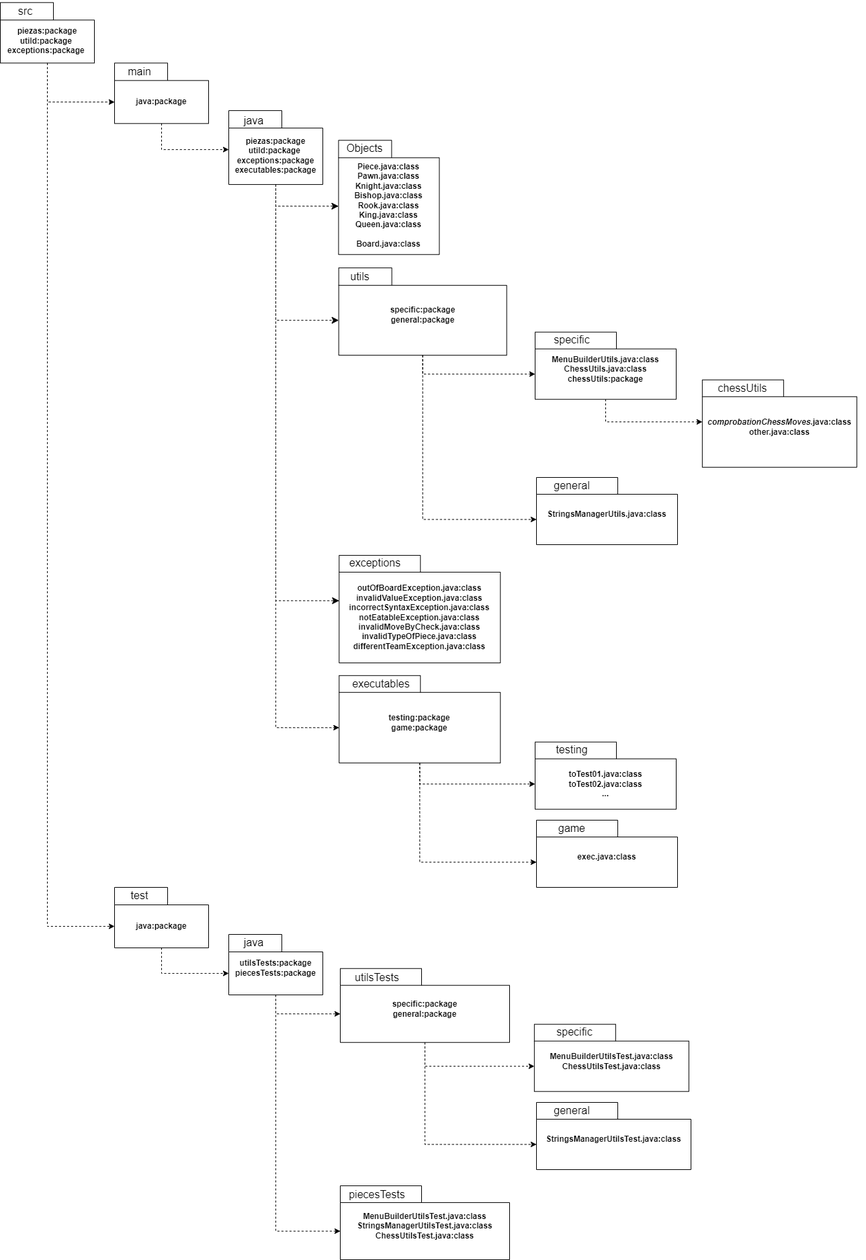
Earlier version of the draw.io export diagrams/filesDiagram.png (MGermanico/Ajedrez). Source tidied: cells renumbered, new cells last; positions are measured from the earlier drawing's top-left corner, leaving out a move shared by most shapes.
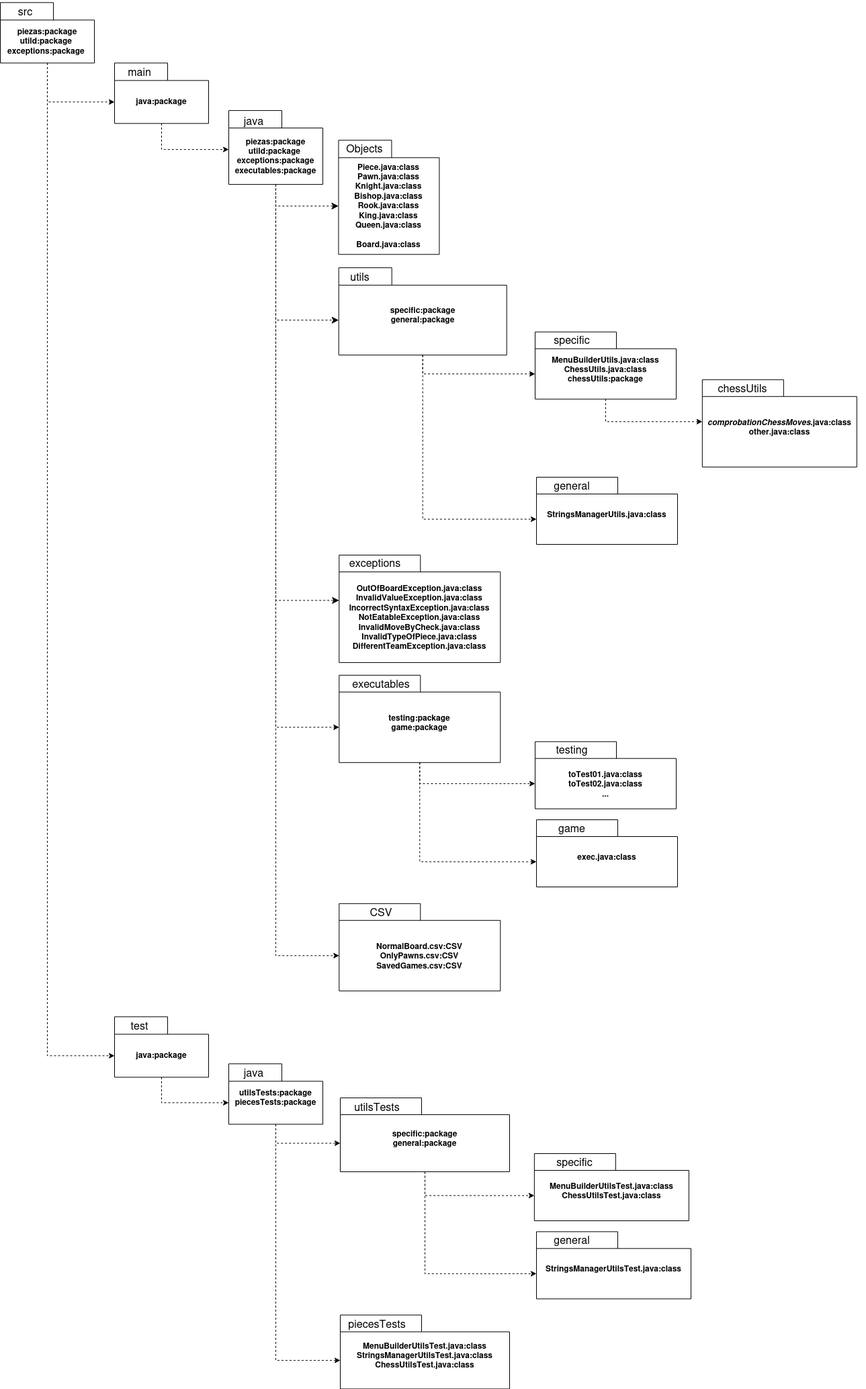
The same diagram one commit later.

Diff of the diagram source:
```diff
@@ -32,7 +32,7 @@
     <mxCell id="11" style="group;" parent="1" vertex="1">
       <mxGeometry x="518" y="820" width="240" height="160" as="geometry" />
     </mxCell>
-    <mxCell id="12" value="&lt;div&gt;&lt;br&gt;&lt;/div&gt;&lt;div&gt;outOfBoardException.java:class&lt;/div&gt;&lt;div&gt;invalidValueException.java:class&lt;/div&gt;&lt;div&gt;incorrectSyntaxException.java:class&lt;/div&gt;&lt;div&gt;notEatableException.java:class&lt;/div&gt;&lt;div&gt;invalidMoveByCheck.java:class&lt;/div&gt;&lt;div&gt;invalidTypeOfPiece.java:class&lt;/div&gt;&lt;div&gt;differentTeamException.java:class&lt;br&gt;&lt;/div&gt;" style="shape=folder;fontStyle=1;spacingTop=10;tabWidth=121;tabHeight=25;tabPosition=left;html=1;whiteSpace=wrap;" parent="11" vertex="1">
+    <mxCell id="12" value="&lt;div&gt;&lt;br&gt;&lt;/div&gt;&lt;div&gt;OutOfBoardException.java:class&lt;/div&gt;&lt;div&gt;InvalidValueException.java:class&lt;/div&gt;&lt;div&gt;IncorrectSyntaxException.java:class&lt;/div&gt;&lt;div&gt;NotEatableException.java:class&lt;/div&gt;&lt;div&gt;InvalidMoveByCheck.java:class&lt;/div&gt;&lt;div&gt;InvalidTypeOfPiece.java:class&lt;/div&gt;&lt;div&gt;DifferentTeamException.java:class&lt;br&gt;&lt;/div&gt;" style="shape=folder;fontStyle=1;spacingTop=10;tabWidth=121;tabHeight=25;tabPosition=left;html=1;whiteSpace=wrap;" parent="11" vertex="1">
       <mxGeometry x="-13.7" y="5.9" width="240" height="160" as="geometry" />
     </mxCell>
     <mxCell id="13" value="exceptions" style="text;html=1;align=center;verticalAlign=middle;whiteSpace=wrap;rounded=0;fontSize=16;" parent="11" vertex="1">
@@ -93,7 +93,7 @@
       <mxGeometry relative="1" as="geometry" />
     </mxCell>
     <mxCell id="32" style="group;" parent="1" vertex="1">
-      <mxGeometry x="348" y="1386.7" width="140" height="90" as="geometry" />
+      <mxGeometry x="348" y="1580" width="140" height="90" as="geometry" />
     </mxCell>
     <mxCell id="33" value="&lt;div&gt;utilsTests:package&lt;/div&gt;&lt;div&gt;piecesTests:package&lt;br&gt;&lt;/div&gt;" style="shape=folder;fontStyle=1;spacingTop=10;tabWidth=79;tabHeight=26;tabPosition=left;html=1;whiteSpace=wrap;" parent="32" vertex="1">
       <mxGeometry x="-8" y="3.3" width="140" height="90" as="geometry" />
@@ -114,7 +114,7 @@
       <mxGeometry relative="1" as="geometry" />
     </mxCell>
     <mxCell id="39" style="group;" parent="1" vertex="1">
-      <mxGeometry x="178" y="1316.7" width="140" height="90" as="geometry" />
+      <mxGeometry x="178" y="1510" width="140" height="90" as="geometry" />
     </mxCell>
     <mxCell id="40" value="&lt;div&gt;&lt;br&gt;&lt;/div&gt;&lt;div&gt;java:package&lt;/div&gt;" style="shape=folder;fontStyle=1;spacingTop=10;tabWidth=79;tabHeight=26;tabPosition=left;html=1;whiteSpace=wrap;" parent="39" vertex="1">
       <mxGeometry x="-8" y="3.3" width="140" height="90" as="geometry" />
@@ -129,7 +129,7 @@
       <mxGeometry relative="1" as="geometry" />
     </mxCell>
     <mxCell id="44" style="group;" parent="1" vertex="1">
-      <mxGeometry x="518" y="1436.7" width="240" height="114.1" as="geometry" />
+      <mxGeometry x="518" y="1630" width="240" height="114.1" as="geometry" />
     </mxCell>
     <mxCell id="45" value="&lt;div&gt;specific:package&lt;/div&gt;&lt;div&gt;general:package&lt;br&gt;&lt;/div&gt;" style="shape=folder;fontStyle=1;spacingTop=10;tabWidth=121;tabHeight=25;tabPosition=left;html=1;whiteSpace=wrap;" parent="44" vertex="1">
       <mxGeometry x="-12" y="4.1" width="252" height="110" as="geometry" />
@@ -141,7 +141,7 @@
       <mxGeometry relative="1" as="geometry" />
     </mxCell>
     <mxCell id="48" style="group;" parent="1" vertex="1">
-      <mxGeometry x="518" y="1760" width="240" height="114.1" as="geometry" />
+      <mxGeometry x="518" y="1953.3" width="240" height="114.1" as="geometry" />
     </mxCell>
     <mxCell id="49" value="&lt;div&gt;MenuBuilderUtilsTest.java:class&lt;/div&gt;&lt;div&gt;StringsManagerUtilsTest.java:class&lt;/div&gt;&lt;div&gt;ChessUtilsTest.java:class&lt;br&gt;&lt;/div&gt;" style="shape=folder;fontStyle=1;spacingTop=10;tabWidth=121;tabHeight=25;tabPosition=left;html=1;whiteSpace=wrap;" parent="48" vertex="1">
       <mxGeometry x="-12" y="4.1" width="252" height="110" as="geometry" />
@@ -174,7 +174,7 @@
       <mxGeometry relative="1" as="geometry" />
     </mxCell>
     <mxCell id="59" style="group;" parent="1" vertex="1">
-      <mxGeometry x="808" y="1520" width="230" height="100" as="geometry" />
+      <mxGeometry x="808" y="1713.3" width="230" height="100" as="geometry" />
     </mxCell>
     <mxCell id="60" value="&lt;div&gt;MenuBuilderUtilsTest.java:class&lt;/div&gt;&lt;div&gt;ChessUtilsTest.java:class&lt;br&gt;&lt;/div&gt;" style="shape=folder;fontStyle=1;spacingTop=10;tabWidth=121;tabHeight=25;tabPosition=left;html=1;whiteSpace=wrap;" parent="59" vertex="1">
       <mxGeometry x="-13.1" y="3.7" width="230" height="100" as="geometry" />
@@ -183,10 +183,10 @@
       <mxGeometry y="3.7" width="94.3" height="23.6" as="geometry" />
     </mxCell>
     <mxCell id="62" value="StringsManagerUtilsTest.java:class" style="shape=folder;fontStyle=1;spacingTop=10;tabWidth=121;tabHeight=25;tabPosition=left;html=1;whiteSpace=wrap;" parent="1" vertex="1">
-      <mxGeometry x="798" y="1640" width="230" height="100" as="geometry" />
+      <mxGeometry x="798" y="1833.3" width="230" height="100" as="geometry" />
     </mxCell>
     <mxCell id="63" value="general" style="text;html=1;align=center;verticalAlign=middle;whiteSpace=wrap;rounded=0;fontSize=16;" parent="1" vertex="1">
-      <mxGeometry x="808" y="1640" width="86.1" height="23.6" as="geometry" />
+      <mxGeometry x="808" y="1833.3" width="86.1" height="23.6" as="geometry" />
     </mxCell>
     <mxCell id="64" style="edgeStyle=orthogonalEdgeStyle;rounded=0;jettySize=auto;html=1;exitX=0.5;exitY=1;exitDx=0;exitDy=0;exitPerimeter=0;entryX=0;entryY=0;entryDx=0;entryDy=62.500000000000014;entryPerimeter=0;dashed=1;" parent="1" edge="1" source="45" target="60">
       <mxGeometry relative="1" as="geometry" />
@@ -206,5 +206,17 @@
     <mxCell id="69" style="edgeStyle=orthogonalEdgeStyle;rounded=0;jettySize=auto;html=1;exitX=0.5;exitY=1;exitDx=0;exitDy=0;exitPerimeter=0;entryX=0;entryY=0;entryDx=0;entryDy=62.500000000000014;entryPerimeter=0;dashed=1;" parent="1" edge="1" source="53" target="67">
       <mxGeometry relative="1" as="geometry" />
     </mxCell>
+    <mxCell id="70" style="group;" parent="1" vertex="1">
+      <mxGeometry x="518" y="1340" width="240" height="130" as="geometry" />
+    </mxCell>
+    <mxCell id="71" value="&lt;div&gt;&lt;br&gt;&lt;/div&gt;&lt;div&gt;NormalBoard.csv:CSV&lt;br&gt;&lt;/div&gt;&lt;div&gt;OnlyPawns.csv:CSV&lt;/div&gt;&lt;div&gt;SavedGames.csv:CSV&lt;/div&gt;" style="shape=folder;fontStyle=1;spacingTop=10;tabWidth=121;tabHeight=25;tabPosition=left;html=1;whiteSpace=wrap;" parent="70" vertex="1">
+      <mxGeometry x="-13.7" y="4.8" width="240" height="130" as="geometry" />
+    </mxCell>
+    <mxCell id="72" value="CSV" style="text;html=1;align=center;verticalAlign=middle;whiteSpace=wrap;rounded=0;fontSize=16;" parent="70" vertex="1">
+      <mxGeometry y="4.8" width="98.4" height="25.2" as="geometry" />
+    </mxCell>
+    <mxCell id="73" style="edgeStyle=orthogonalEdgeStyle;rounded=0;jettySize=auto;html=1;exitX=0.5;exitY=1;exitDx=0;exitDy=0;exitPerimeter=0;entryX=0;entryY=0;entryDx=0;entryDy=77.50000000000001;entryPerimeter=0;dashed=1;" parent="1" edge="1" source="3" target="71">
+      <mxGeometry relative="1" as="geometry" />
+    </mxCell>
   </root>
 </mxGraphModel>
```
